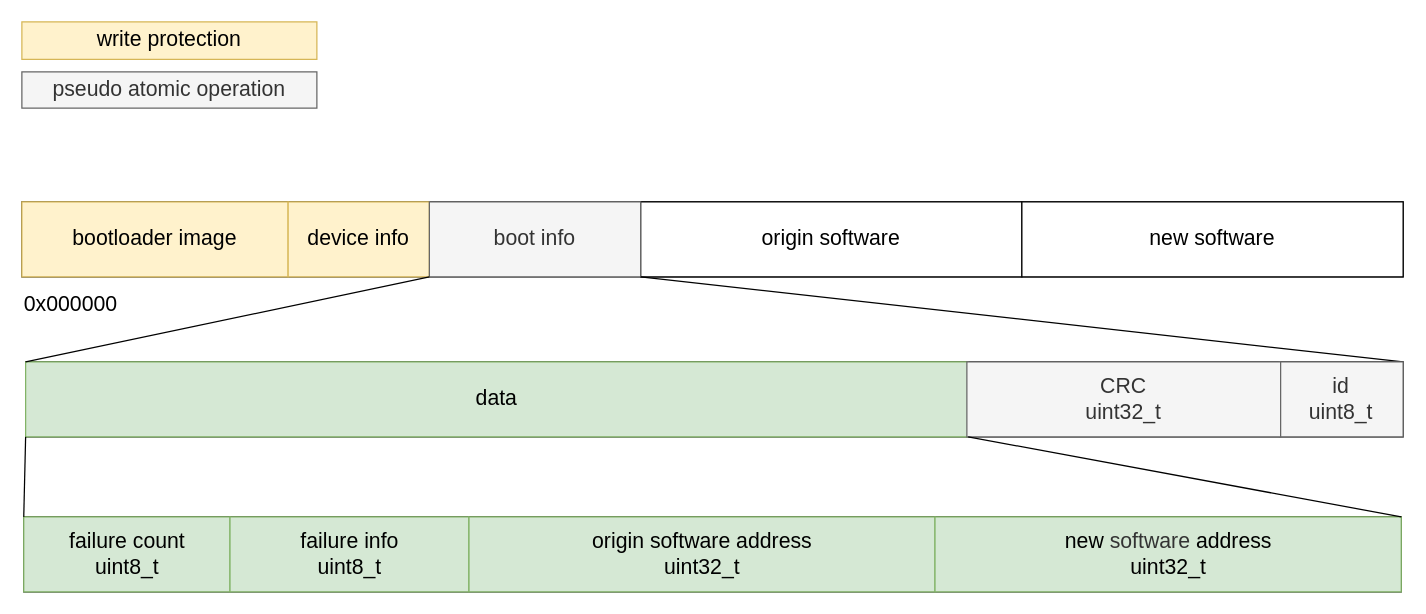
This is schematic/05-sw-flash-structure.drawio from petrkucerak/diplom-thesis, a draw.io file, before an edit. Source tidied: cells renumbered, new cells numbered last; positions are measured from the earlier drawing's top-left corner, leaving out a move shared by most shapes. Both pictures are drawn from the tidied source at 125%, with x=0, y=0 at pixel (21, 21).
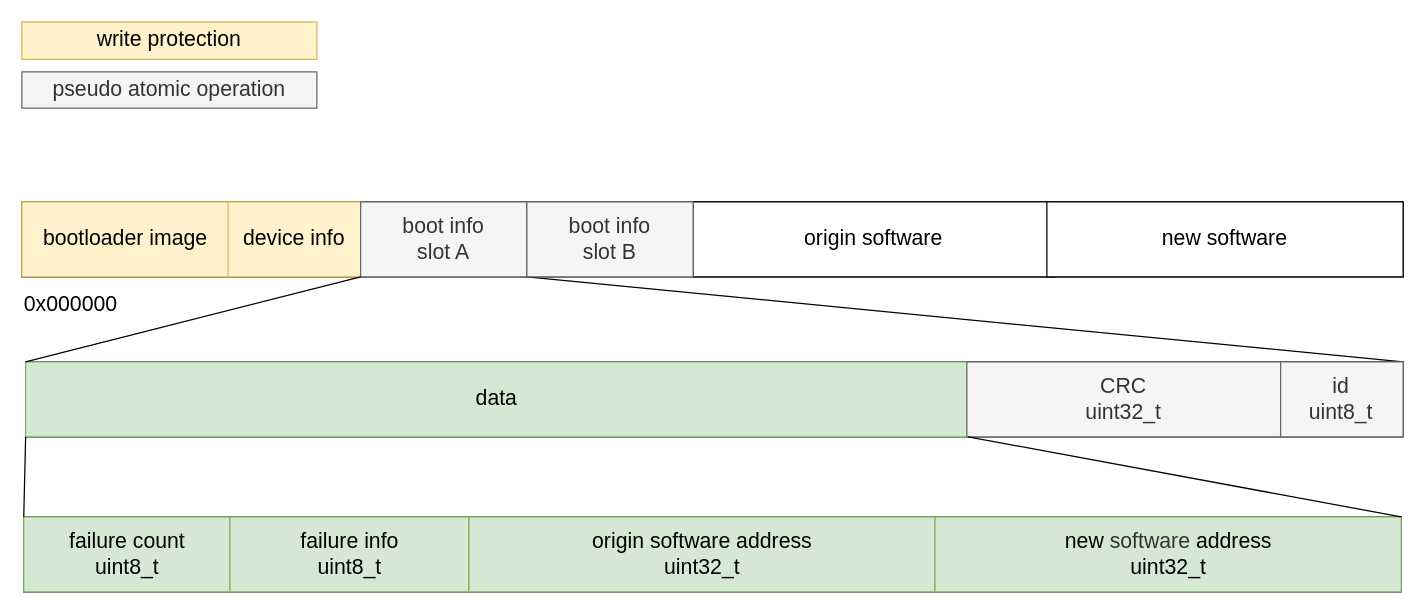
The same diagram, later.

What changed in the source:
```diff
@@
     <mxCell id="3" value="bootloader image" style="rounded=0;whiteSpace=wrap;html=1;fontSize=17;fillColor=#fff2cc;strokeColor=#d6b656;" parent="1" vertex="1">
-      <mxGeometry y="144" width="213" height="60" as="geometry" />
+      <mxGeometry y="144" width="166" height="60" as="geometry" />
     </mxCell>
     <mxCell id="4" value="device info" style="rounded=0;whiteSpace=wrap;html=1;fontSize=17;fillColor=#fff2cc;strokeColor=#d6b656;" parent="1" vertex="1">
-      <mxGeometry x="213" y="144" width="113" height="60" as="geometry" />
+      <mxGeometry x="165" y="144" width="106" height="60" as="geometry" />
     </mxCell>
     <mxCell id="5" value="&lt;span style=&quot;color: rgb(0, 0, 0);&quot;&gt;origin&amp;nbsp;&lt;/span&gt;software" style="rounded=0;whiteSpace=wrap;html=1;fontSize=17;" parent="1" vertex="1">
-      <mxGeometry x="495" y="144" width="305" height="60" as="geometry" />
+      <mxGeometry x="537" y="144" width="289" height="60" as="geometry" />
     </mxCell>
     <mxCell id="6" value="&lt;span style=&quot;color: rgb(0, 0, 0);&quot;&gt;new&amp;nbsp;&lt;/span&gt;software" style="rounded=0;whiteSpace=wrap;html=1;fontSize=17;" parent="1" vertex="1">
-      <mxGeometry x="800" y="144" width="305" height="60" as="geometry" />
+      <mxGeometry x="820" y="144" width="285" height="60" as="geometry" />
     </mxCell>
@@
-    <mxCell id="10" value="boot info" style="rounded=0;whiteSpace=wrap;html=1;fillColor=#f5f5f5;fontColor=#333333;strokeColor=#666666;fontSize=17;" parent="1" vertex="1">
-      <mxGeometry x="326" y="144" width="169" height="60" as="geometry" />
+    <mxCell id="10" value="boot info&lt;div&gt;slot A&lt;/div&gt;" style="rounded=0;whiteSpace=wrap;html=1;fillColor=#f5f5f5;fontColor=#333333;strokeColor=#666666;fontSize=17;" parent="1" vertex="1">
+      <mxGeometry x="271" y="144" width="133" height="60" as="geometry" />
     </mxCell>
@@
-    <mxCell id="12" style="endArrow=none;html=1;entryX=0;entryY=1;entryDx=0;entryDy=0;exitX=1;exitY=0;exitDx=0;exitDy=0;fontSize=17;" parent="1" edge="1" target="5">
+    <mxCell id="12" style="endArrow=none;html=1;entryX=0;entryY=1;entryDx=0;entryDy=0;exitX=1;exitY=0;exitDx=0;exitDy=0;fontSize=17;" parent="1" edge="1" target="24">
       <mxGeometry relative="1" as="geometry">
         <mxPoint x="1105" y="272" as="sourcePoint" />
       </mxGeometry>
     </mxCell>
@@
+    <mxCell id="24" value="boot info&lt;div&gt;slot B&lt;/div&gt;" style="rounded=0;whiteSpace=wrap;html=1;fillColor=#f5f5f5;fontColor=#333333;strokeColor=#666666;fontSize=17;" parent="1" vertex="1">
+      <mxGeometry x="404" y="144" width="133" height="60" as="geometry" />
+    </mxCell>
```
